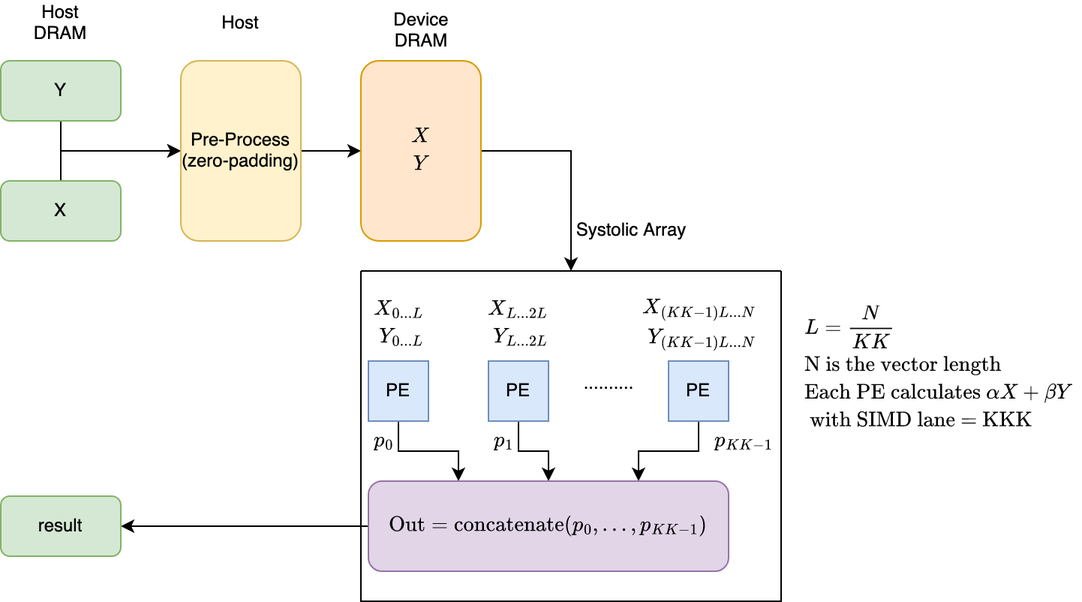
This is DirectProgramming/C++SYCL_FPGA/ReferenceDesigns/productive_libraries/blas/reconfigurable_vecadd/figures/vecadd_systolic_array.png from ronghongbo/oneAPI-samples, a draw.io export, as it was before one commit. Source tidied: cells renumbered, new cells last; positions are measured from the earlier drawing's top-left corner, leaving out a move shared by most shapes.
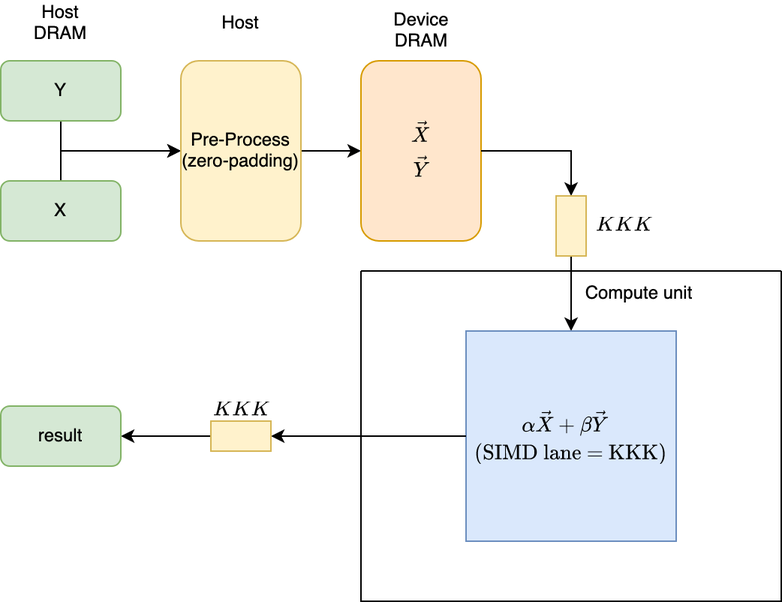
After the commit.

Commit message:
Update vecadd README && spec

What changed in the source:
```diff
@@ -26,71 +26,47 @@
     <mxCell id="9" value="Host" style="text;html=1;strokeColor=none;fillColor=none;align=center;verticalAlign=middle;whiteSpace=wrap;rounded=0;" parent="1" vertex="1">
       <mxGeometry x="130" width="60" height="30" as="geometry" />
     </mxCell>
-    <mxCell id="10" style="edgeStyle=orthogonalEdgeStyle;rounded=0;jettySize=auto;html=1;exitX=0.5;exitY=1;exitDx=0;exitDy=0;entryX=0.5;entryY=0;entryDx=0;entryDy=0;" parent="1" edge="1" source="11" target="29">
+    <mxCell id="10" style="edgeStyle=orthogonalEdgeStyle;rounded=0;jettySize=auto;html=1;exitX=1;exitY=0.5;exitDx=0;exitDy=0;entryX=0.5;entryY=0;entryDx=0;entryDy=0;" parent="1" edge="1" source="36" target="32">
       <mxGeometry relative="1" as="geometry" />
     </mxCell>
-    <mxCell id="11" value="$$\begin{aligned}X\\&lt;br&gt; Y\end{aligned}$$" style="rounded=1;whiteSpace=wrap;html=1;direction=north;fillColor=#ffe6cc;strokeColor=#d79b00;" parent="1" vertex="1">
+    <mxCell id="11" value="$$\begin{aligned}\vec{X}\\&lt;br&gt; \vec{Y}\end{aligned}$$" style="rounded=1;whiteSpace=wrap;html=1;direction=north;fillColor=#ffe6cc;strokeColor=#d79b00;" parent="1" vertex="1">
       <mxGeometry x="240" y="40" width="80" height="120" as="geometry" />
     </mxCell>
     <mxCell id="12" value="Device&lt;br&gt;DRAM" style="text;html=1;align=center;verticalAlign=middle;strokeColor=none;fillColor=none;" parent="1" vertex="1">
       <mxGeometry x="250" width="60" height="40" as="geometry" />
     </mxCell>
-    <mxCell id="13" style="edgeStyle=orthogonalEdgeStyle;rounded=0;jettySize=auto;html=1;exitX=0.5;exitY=1;exitDx=0;exitDy=0;entryX=0.25;entryY=0;entryDx=0;entryDy=0;" parent="1" edge="1" source="14" target="24">
-      <mxGeometry relative="1" as="geometry" />
-    </mxCell>
-    <mxCell id="14" value="PE" style="rounded=0;whiteSpace=wrap;html=1;fillColor=#dae8fc;strokeColor=#6c8ebf;" parent="1" vertex="1">
-      <mxGeometry x="245" y="240" width="40" height="40" as="geometry" />
-    </mxCell>
-    <mxCell id="15" value="$$\begin{aligned}X_{0...L}\\Y_{0...L}\end{aligned}$$" style="text;html=1;align=center;verticalAlign=middle;strokeColor=none;fillColor=none;" parent="1" vertex="1">
-      <mxGeometry x="115" y="200" width="300" height="30" as="geometry" />
-    </mxCell>
-    <mxCell id="16" style="edgeStyle=orthogonalEdgeStyle;rounded=0;jettySize=auto;html=1;exitX=0.5;exitY=1;exitDx=0;exitDy=0;entryX=0.5;entryY=0;entryDx=0;entryDy=0;" parent="1" edge="1" source="17" target="24">
-      <mxGeometry relative="1" as="geometry" />
-    </mxCell>
-    <mxCell id="17" value="PE" style="rounded=0;whiteSpace=wrap;html=1;fillColor=#dae8fc;strokeColor=#6c8ebf;" parent="1" vertex="1">
-      <mxGeometry x="325" y="240" width="40" height="40" as="geometry" />
-    </mxCell>
-    <mxCell id="18" value="$$\begin{aligned}X_{L...2L}\\Y_{L...2L}\end{aligned}$$" style="text;html=1;align=center;verticalAlign=middle;strokeColor=none;fillColor=none;" parent="1" vertex="1">
-      <mxGeometry x="190" y="200" width="310" height="30" as="geometry" />
-    </mxCell>
-    <mxCell id="19" style="edgeStyle=orthogonalEdgeStyle;rounded=0;jettySize=auto;html=1;exitX=0.5;exitY=1;exitDx=0;exitDy=0;entryX=0.75;entryY=0;entryDx=0;entryDy=0;" parent="1" edge="1" source="20" target="24">
-      <mxGeometry relative="1" as="geometry" />
-    </mxCell>
-    <mxCell id="20" value="PE" style="rounded=0;whiteSpace=wrap;html=1;fillColor=#dae8fc;strokeColor=#6c8ebf;" parent="1" vertex="1">
-      <mxGeometry x="445" y="240" width="40" height="40" as="geometry" />
-    </mxCell>
-    <mxCell id="21" value=".........." style="text;html=1;align=center;verticalAlign=middle;strokeColor=none;fillColor=none;" parent="1" vertex="1">
-      <mxGeometry x="375" y="240" width="60" height="30" as="geometry" />
-    </mxCell>
-    <mxCell id="22" value="$$\begin{aligned}X_{(KK-1)L...N}\\Y_{(KK-1)L...N}\end{aligned}$$" style="text;html=1;align=center;verticalAlign=middle;strokeColor=none;fillColor=none;" parent="1" vertex="1">
-      <mxGeometry x="280" y="200" width="370" height="30" as="geometry" />
-    </mxCell>
-    <mxCell id="23" style="edgeStyle=orthogonalEdgeStyle;rounded=0;jettySize=auto;html=1;exitX=0;exitY=0.5;exitDx=0;exitDy=0;entryX=1;entryY=0.5;entryDx=0;entryDy=0;" parent="1" edge="1" source="24" target="28">
+    <mxCell id="23" style="edgeStyle=orthogonalEdgeStyle;rounded=0;jettySize=auto;html=1;exitX=0;exitY=0.5;exitDx=0;exitDy=0;entryX=1;entryY=0.5;entryDx=0;entryDy=0;" parent="1" edge="1" source="34" target="28">
       <mxGeometry relative="1" as="geometry" />
     </mxCell>
-    <mxCell id="24" value="$$\text{Out}=\text{concatenate}(p_0,\dots,p_{KK-1})$$" style="rounded=1;whiteSpace=wrap;html=1;fillColor=#e1d5e7;strokeColor=#9673a6;" parent="1" vertex="1">
-      <mxGeometry x="245" y="320" width="240" height="60" as="geometry" />
-    </mxCell>
-    <mxCell id="25" value="$$p_0$$" style="text;html=1;align=center;verticalAlign=middle;strokeColor=none;fillColor=none;" parent="1" vertex="1">
-      <mxGeometry x="220" y="278" width="70" height="30" as="geometry" />
-    </mxCell>
-    <mxCell id="26" value="$$p_1$$" style="text;html=1;align=center;verticalAlign=middle;strokeColor=none;fillColor=none;" parent="1" vertex="1">
-      <mxGeometry x="300" y="278" width="70" height="30" as="geometry" />
-    </mxCell>
-    <mxCell id="27" value="$$p_{KK-1}$$" style="text;html=1;align=center;verticalAlign=middle;strokeColor=none;fillColor=none;" parent="1" vertex="1">
-      <mxGeometry x="445" y="278" width="100" height="30" as="geometry" />
-    </mxCell>
     <mxCell id="28" value="result" style="rounded=1;whiteSpace=wrap;html=1;fillColor=#d5e8d4;strokeColor=#82b366;" parent="1" vertex="1">
-      <mxGeometry y="330" width="80" height="40" as="geometry" />
+      <mxGeometry y="270" width="80" height="40" as="geometry" />
     </mxCell>
     <mxCell id="29" style="swimlane;startSize=0;" parent="1" vertex="1">
       <mxGeometry x="240" y="180" width="280" height="220" as="geometry" />
     </mxCell>
+    <mxCell id="32" value="$$\begin{aligned}&amp;amp;\alpha\vec{X}+\beta\vec{Y}\\(\text{SIM}&amp;amp;\text{D } \text{lane = KKK})\end{aligned}$$" style="whiteSpace=wrap;html=1;fillColor=#dae8fc;strokeColor=#6c8ebf;" parent="29" vertex="1">
+      <mxGeometry x="70" y="40" width="140" height="140" as="geometry" />
+    </mxCell>
-    <mxCell id="30" value="&lt;div&gt;Systolic Array&lt;/div&gt;" style="text;html=1;align=center;verticalAlign=middle;strokeColor=none;fillColor=none;" parent="1" vertex="1">
-      <mxGeometry x="370" y="138" width="100" height="30" as="geometry" />
+    <mxCell id="30" value="Compute unit" style="text;html=1;align=center;verticalAlign=middle;strokeColor=none;fillColor=none;" parent="29" vertex="1">
+      <mxGeometry x="140" width="90" height="30" as="geometry" />
     </mxCell>
-    <mxCell id="31" value="&lt;div&gt;$$\begin{aligned}&amp;amp;L = \frac{N} {KK}\\&amp;amp;\text{N is the vector length}\\&amp;amp;\text{Each PE calculates }\alpha X+\beta Y\\&amp;amp;\text{ with SIMD lane = KKK}\end{aligned}$$&lt;br&gt;&lt;/div&gt;" style="text;html=1;strokeColor=none;fillColor=none;align=center;verticalAlign=middle;whiteSpace=wrap;rounded=0;" parent="1" vertex="1">
-      <mxGeometry x="530" y="230" width="190" height="30" as="geometry" />
-    </mxCell>
+    <mxCell id="33" style="edgeStyle=orthogonalEdgeStyle;rounded=0;jettySize=auto;html=1;exitX=0;exitY=0.5;exitDx=0;exitDy=0;entryX=1;entryY=0.5;entryDx=0;entryDy=0;" parent="1" edge="1" source="32" target="34">
+      <mxGeometry relative="1" as="geometry" />
+    </mxCell>
+    <mxCell id="34" style="rounded=0;whiteSpace=wrap;html=1;fillColor=#fff2cc;strokeColor=#d6b656;" parent="1" vertex="1">
+      <mxGeometry x="140" y="280" width="40" height="20" as="geometry" />
+    </mxCell>
+    <mxCell id="35" style="edgeStyle=orthogonalEdgeStyle;rounded=0;jettySize=auto;html=1;exitX=0.5;exitY=1;exitDx=0;exitDy=0;entryX=0;entryY=0.5;entryDx=0;entryDy=0;" parent="1" edge="1" source="11" target="36">
+      <mxGeometry relative="1" as="geometry" />
+    </mxCell>
+    <mxCell id="36" style="rounded=0;whiteSpace=wrap;html=1;fillColor=#fff2cc;strokeColor=#d6b656;direction=south;" parent="1" vertex="1">
+      <mxGeometry x="370" y="130" width="20" height="40" as="geometry" />
+    </mxCell>
+    <mxCell id="37" value="$$KKK$$" style="text;html=1;align=center;verticalAlign=middle;strokeColor=none;fillColor=none;" parent="1" vertex="1">
+      <mxGeometry x="125" y="258" width="70" height="30" as="geometry" />
+    </mxCell>
+    <mxCell id="38" value="$$KKK$$" style="text;html=1;align=center;verticalAlign=middle;strokeColor=none;fillColor=none;" parent="1" vertex="1">
+      <mxGeometry x="380" y="135" width="70" height="30" as="geometry" />
+    </mxCell>
   </root>
 </mxGraphModel>
```
